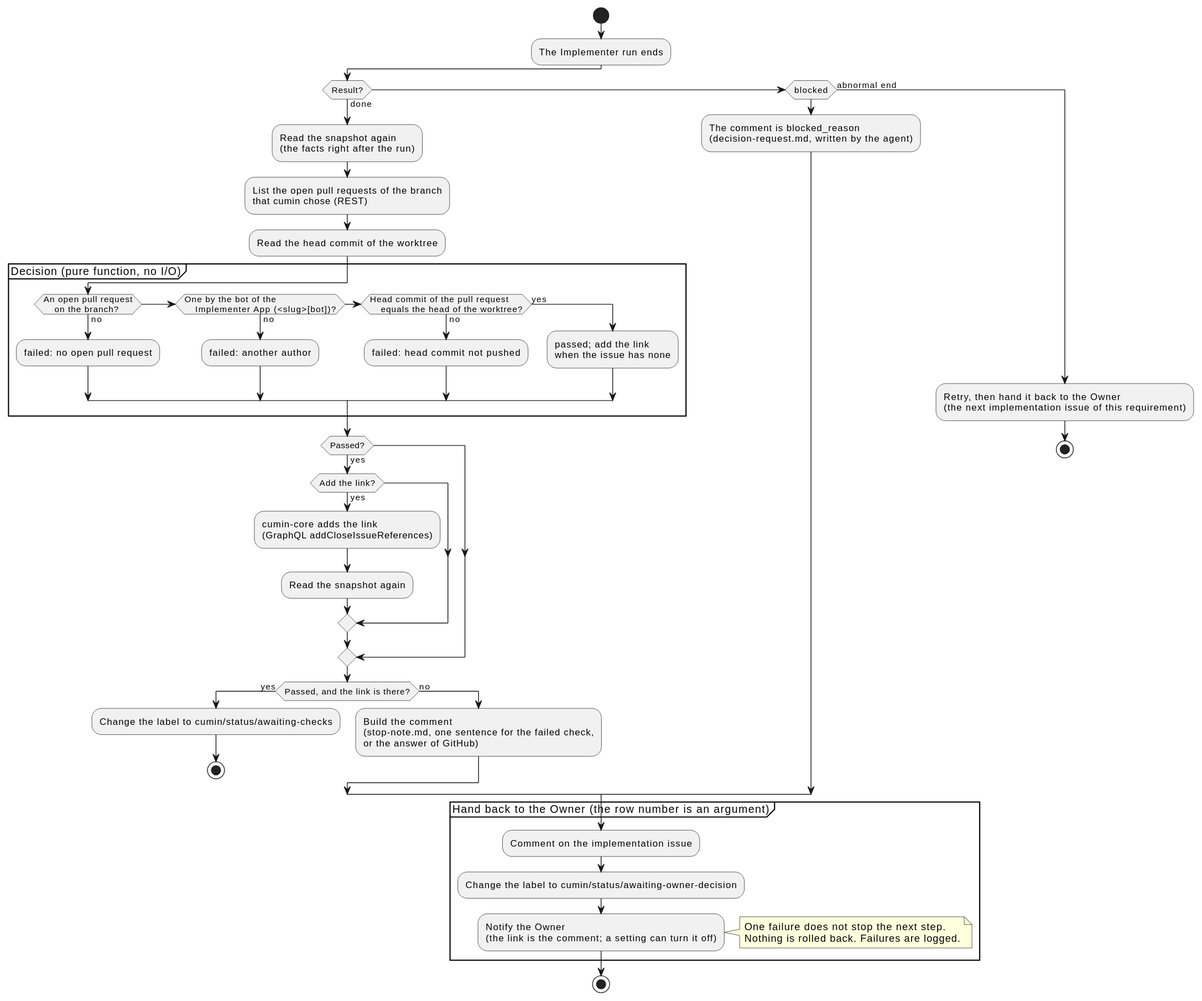
The PlantUML diagram docs/ja/designs/poll-verify.svg in cloveclovedev/cumin-works, before a commit.
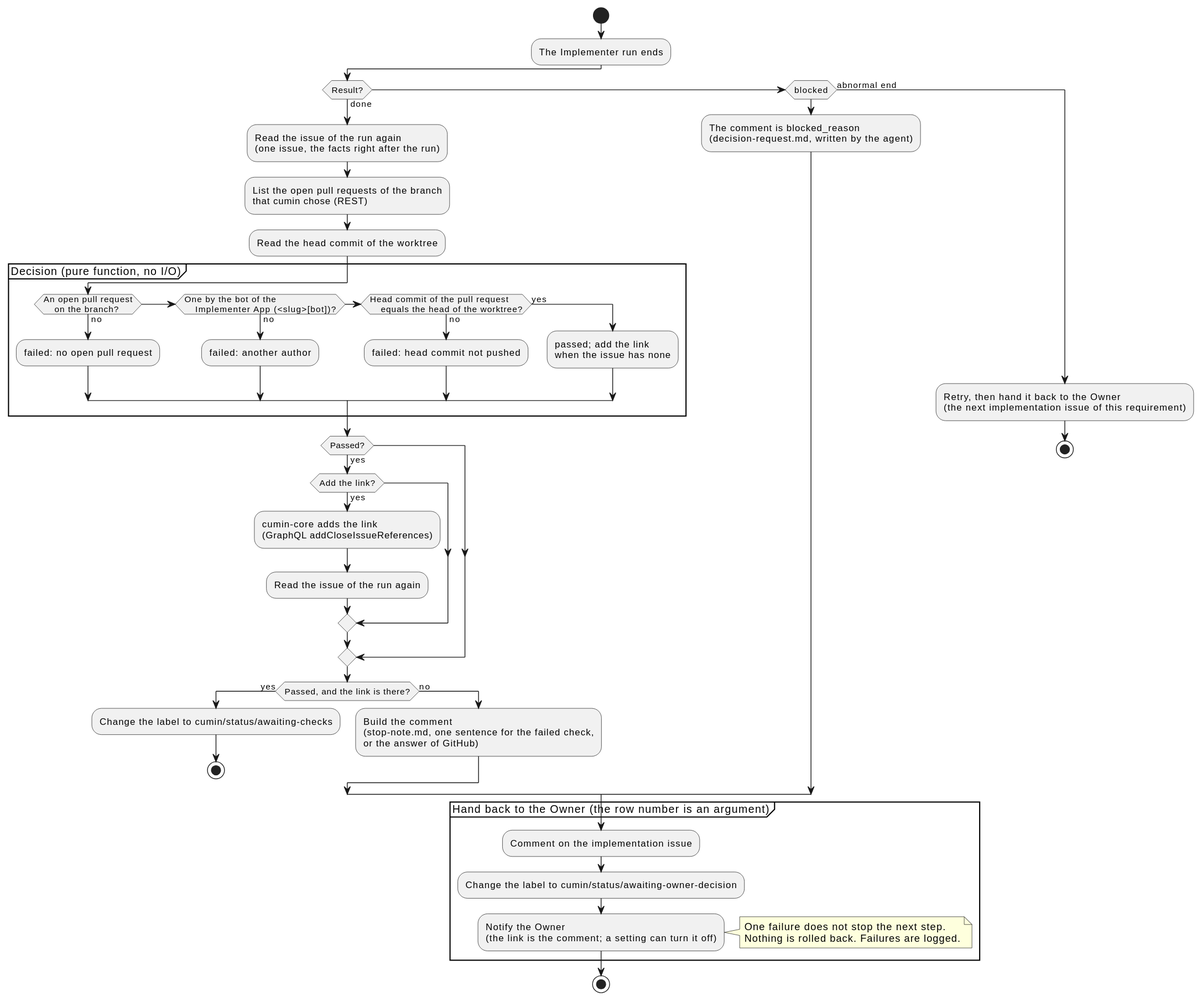
The same diagram one commit later.

What changed in the source:
```diff
@@ -5,8 +5,8 @@
 start
 :The Implementer run ends;
 if (Result?) then (done)
-  :Read the snapshot again
-  (the facts right after the run);
+  :Read the issue of the run again
+  (one issue, the facts right after the run);
   :List the open pull requests of the branch
   that cumin chose (REST);
   :Read the head commit of the worktree;
@@ -29,7 +29,7 @@
     if (Add the link?) then (yes)
       :cumin-core adds the link
       (GraphQL addCloseIssueReferences);
-      :Read the snapshot again;
+      :Read the issue of the run again;
     endif
   endif
   if (Passed, and the link is there?) then (yes)
```
